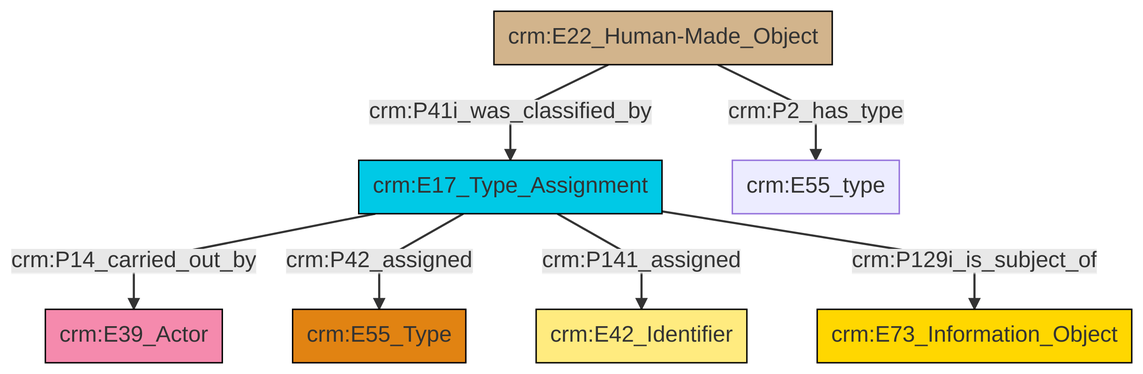
swiss-art-research-net/docs.swissartresearch keeps this Mermaid diagram as et/builtWorkCSV/ttl/mmd/png/Built_Work_designation_status.png. Above is the earlier version. Its source is kept beside it as et/builtWorkCSV/ttl/mmd/Built_Work_designation_status.ttl.mmd.
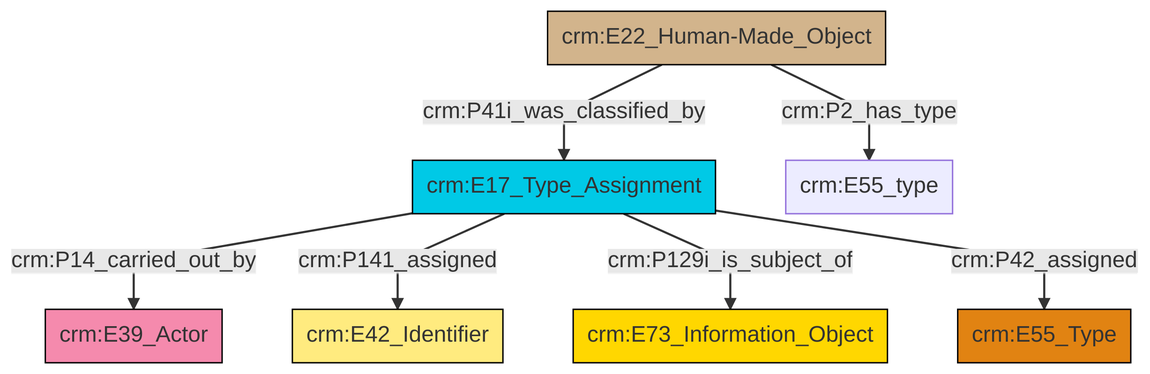
After the commit.

What changed in the source:
```diff
@@ -13,9 +13,9 @@
 classDef PC_Classes fill:#4ce600, stroke:#000000;
 classDef Multi fill:#cccccc,stroke:#000000;
 
-2["crm:E17_Type_Assignment"]:::Temporal_Entity -->|crm:P14_carried_out_by| 3["crm:E39_Actor"]:::Actor
-4["crm:E22_Human-Made_Object"]:::Physical_Thing -->|crm:P41i_was_classified_by| 2["crm:E17_Type_Assignment"]:::Temporal_Entity
-2["crm:E17_Type_Assignment"]:::Temporal_Entity -->|crm:P42_assigned| 0["crm:E55_Type"]:::Type
-2["crm:E17_Type_Assignment"]:::Temporal_Entity -->|crm:P141_assigned| 5["crm:E42_Identifier"]:::Appellation
-2["crm:E17_Type_Assignment"]:::Temporal_Entity -->|crm:P129i_is_subject_of| 10["crm:E73_Information_Object"]:::Conceptual_Object
-4["crm:E22_Human-Made_Object"]:::Physical_Thing -->|crm:P2_has_type| 8["crm:E55_type"]:::Default
+0["crm:E22_Human-Made_Object"]:::Physical_Thing -->|crm:P41i_was_classified_by| 1["crm:E17_Type_Assignment"]:::Temporal_Entity
+1["crm:E17_Type_Assignment"]:::Temporal_Entity -->|crm:P14_carried_out_by| 6["crm:E39_Actor"]:::Actor
+0["crm:E22_Human-Made_Object"]:::Physical_Thing -->|crm:P2_has_type| 2["crm:E55_type"]:::Default
+1["crm:E17_Type_Assignment"]:::Temporal_Entity -->|crm:P141_assigned| 7["crm:E42_Identifier"]:::Appellation
+1["crm:E17_Type_Assignment"]:::Temporal_Entity -->|crm:P129i_is_subject_of| 4["crm:E73_Information_Object"]:::Conceptual_Object
+1["crm:E17_Type_Assignment"]:::Temporal_Entity -->|crm:P42_assigned| 10["crm:E55_Type"]:::Type
```
